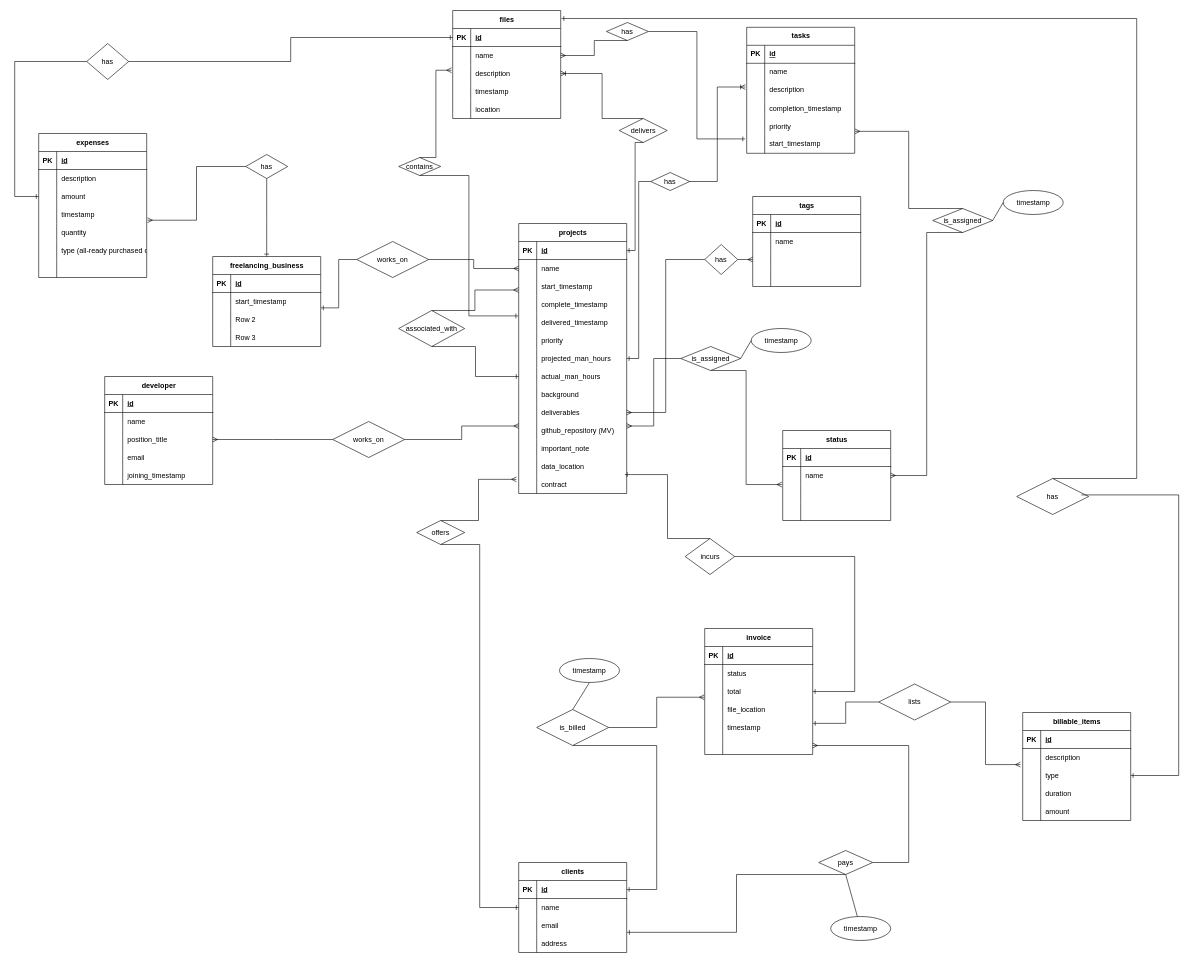
This is EERD.drawio from sagnikbanerjee15/scripts, a draw.io file, before an edit. Source tidied: cells renumbered, new cells numbered last; positions are measured from the earlier drawing's top-left corner, leaving out a move shared by most shapes. Both pictures are drawn from the tidied source at 60%, with x=0, y=0 at pixel (14, 10).
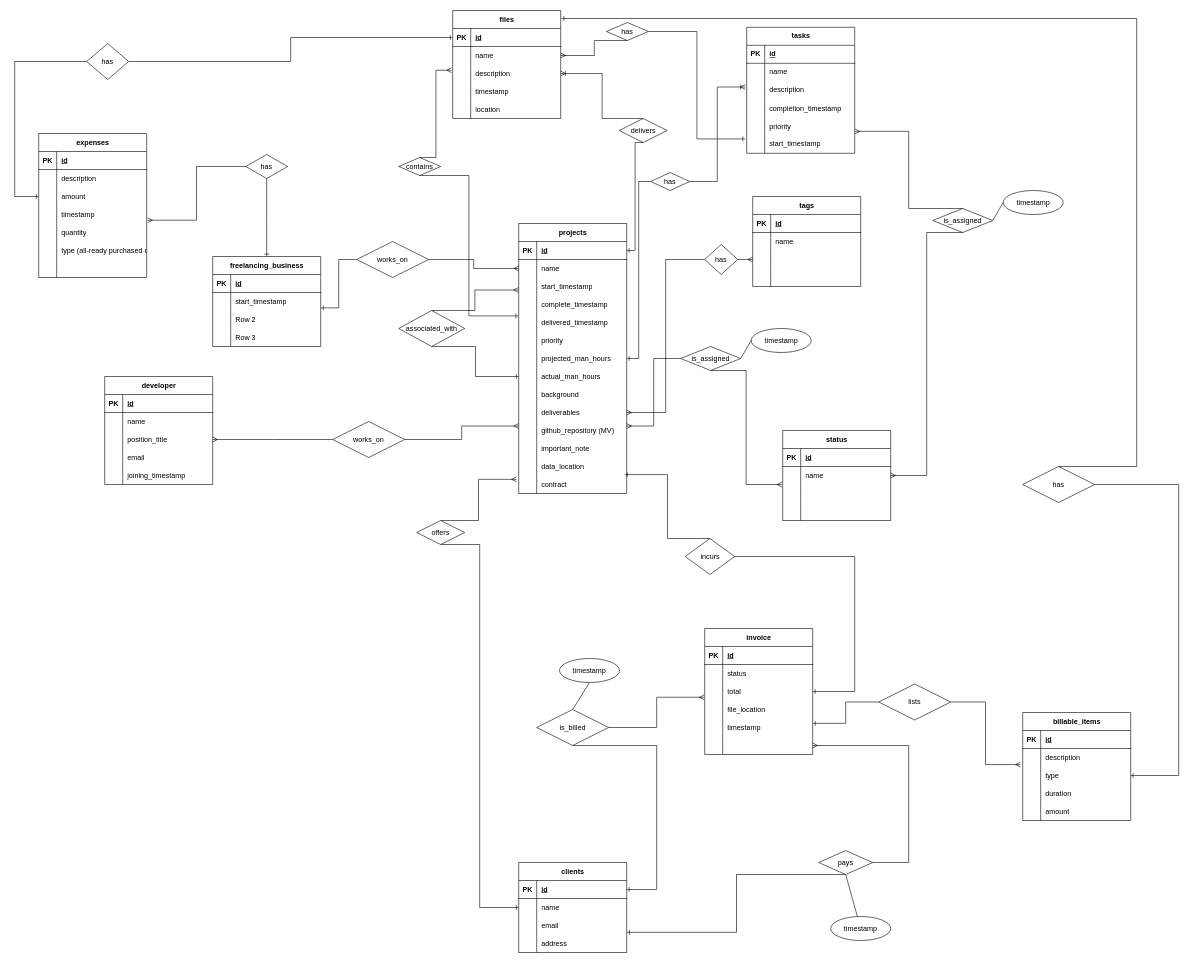
The same diagram, later.

Unchanged cells that the change refers to:
```xml
<mxCell id="243" style="shape=tableRow;horizontal=0;startSize=0;swimlaneHead=0;swimlaneBody=0;fillColor=none;points=[[0,0.5],[1,0.5]];portConstraint=eastwest;top=0;left=0;right=0;bottom=0;" parent="236" vertex="1">
  <mxGeometry y="90" width="180" height="30" as="geometry" />
</mxCell>
```

Diff of the diagram source:
```diff
@@
     <mxCell id="268" value="has" style="shape=rhombus;perimeter=rhombusPerimeter;whiteSpace=wrap;html=1;align=center;" parent="1" vertex="1">
-      <mxGeometry x="1670" y="780" width="120" height="60" as="geometry" />
+      <mxGeometry x="1680" y="760" width="120" height="60" as="geometry" />
     </mxCell>
@@
-    <mxCell id="270" style="edgeStyle=elbowEdgeStyle;fontSize=12;html=1;endArrow=ERone;endFill=1;rounded=0;exitX=0.898;exitY=0.456;exitDx=0;exitDy=0;entryX=1;entryY=0.5;entryDx=0;entryDy=0;exitPerimeter=0;" parent="1" edge="1" source="268" target="243">
+    <mxCell id="270" style="edgeStyle=elbowEdgeStyle;fontSize=12;html=1;endArrow=ERone;endFill=1;rounded=0;entryX=1;entryY=0.5;entryDx=0;entryDy=0;exitX=1;exitY=0.5;exitDx=0;exitDy=0;" parent="1" edge="1" source="268" target="243">
       <mxGeometry relative="1" as="geometry">
         <Array as="points">
           <mxPoint x="1940" y="1080" />
         </Array>
       </mxGeometry>
     </mxCell>
```
